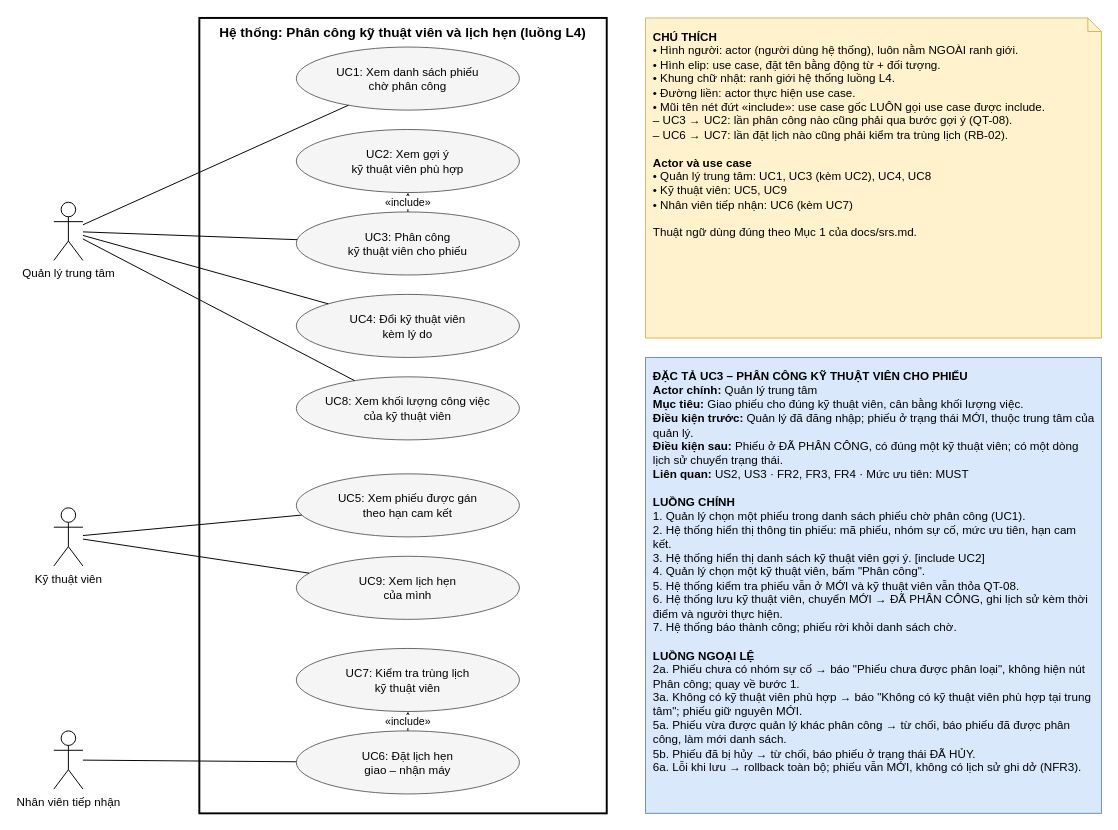
Above: docs/usecase.drawio in WangTWang/cdtn1-tranquocvuong-l4 (draw.io), before the change. Source tidied: cells renumbered, new cells numbered last; positions are measured from the earlier drawing's top-left corner, leaving out a move shared by most shapes. Both pictures are drawn from the tidied source at 97%, with x=0, y=0 at pixel (53, 17).
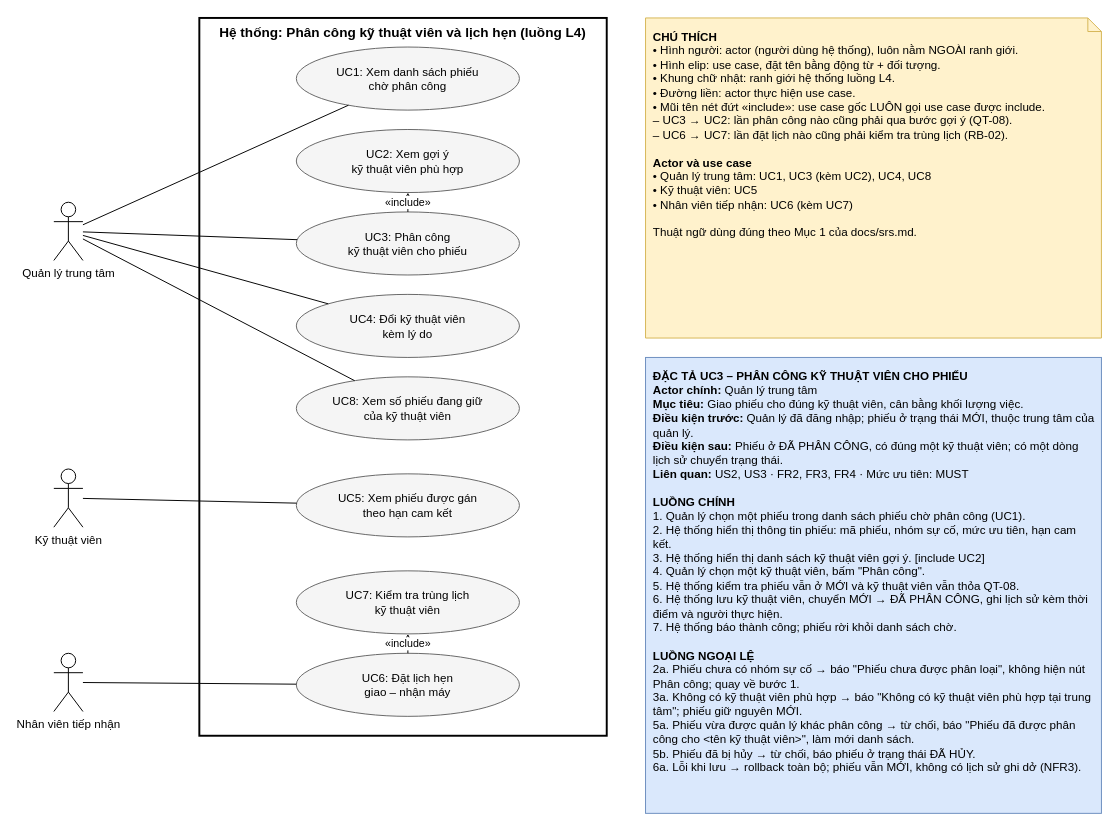
After the change.

Change to the diagram source:
```diff
@@
     <mxCell id="2" value="Hệ thống: Phân công kỹ thuật viên và lịch hẹn (luồng L4)" style="rounded=0;whiteSpace=wrap;html=1;verticalAlign=top;fontStyle=1;fontSize=14;fillColor=none;strokeWidth=2;" parent="1" vertex="1">
-      <mxGeometry x="150" width="420" height="820" as="geometry" />
+      <mxGeometry x="150" width="420" height="740" as="geometry" />
     </mxCell>
@@
-    <mxCell id="7" value="UC8: Xem khối lượng công việc&lt;br&gt;của kỹ thuật viên" style="ellipse;whiteSpace=wrap;html=1;fillColor=#f5f5f5;strokeColor=#666666;fontSize=12;" parent="1" vertex="1">
+    <mxCell id="7" value="UC8: Xem số phiếu đang giữ&lt;br&gt;của kỹ thuật viên" style="ellipse;whiteSpace=wrap;html=1;fillColor=#f5f5f5;strokeColor=#666666;fontSize=12;" parent="1" vertex="1">
       <mxGeometry x="250" y="370" width="230" height="65" as="geometry" />
     </mxCell>
@@
-    <mxCell id="9" value="UC9: Xem lịch hẹn&lt;br&gt;của mình" style="ellipse;whiteSpace=wrap;html=1;fillColor=#f5f5f5;strokeColor=#666666;fontSize=12;" parent="1" vertex="1">
-      <mxGeometry x="250" y="555" width="230" height="65" as="geometry" />
-    </mxCell>
     <mxCell id="10" value="UC7: Kiểm tra trùng lịch&lt;br&gt;kỹ thuật viên" style="ellipse;whiteSpace=wrap;html=1;fillColor=#f5f5f5;strokeColor=#666666;fontSize=12;" parent="1" vertex="1">
-      <mxGeometry x="250" y="650" width="230" height="65" as="geometry" />
+      <mxGeometry x="250" y="570" width="230" height="65" as="geometry" />
     </mxCell>
     <mxCell id="11" value="UC6: Đặt lịch hẹn&lt;br&gt;giao – nhận máy" style="ellipse;whiteSpace=wrap;html=1;fillColor=#f5f5f5;strokeColor=#666666;fontSize=12;" parent="1" vertex="1">
-      <mxGeometry x="250" y="735" width="230" height="65" as="geometry" />
+      <mxGeometry x="250" y="655" width="230" height="65" as="geometry" />
     </mxCell>
@@
     <mxCell id="13" value="Kỹ thuật viên" style="shape=umlActor;verticalLabelPosition=bottom;verticalAlign=top;html=1;outlineConnect=0;fontSize=12;" parent="1" vertex="1">
-      <mxGeometry y="505" width="30" height="60" as="geometry" />
+      <mxGeometry y="465" width="30" height="60" as="geometry" />
     </mxCell>
     <mxCell id="14" value="Nhân viên tiếp nhận" style="shape=umlActor;verticalLabelPosition=bottom;verticalAlign=top;html=1;outlineConnect=0;fontSize=12;" parent="1" vertex="1">
-      <mxGeometry y="735" width="30" height="60" as="geometry" />
+      <mxGeometry y="655" width="30" height="60" as="geometry" />
     </mxCell>
@@
-    <mxCell id="20" style="endArrow=none;html=1;rounded=0;" parent="1" edge="1" source="13" target="9">
-      <mxGeometry relative="1" as="geometry" />
-    </mxCell>
@@
-    <mxCell id="24" value="&lt;b&gt;CHÚ THÍCH&lt;/b&gt;&lt;br&gt;• Hình người: actor (người dùng hệ thống), luôn nằm NGOÀI ranh giới.&lt;br&gt;• Hình elip: use case, đặt tên bằng động từ + đối tượng.&lt;br&gt;• Khung chữ nhật: ranh giới hệ thống luồng L4.&lt;br&gt;• Đường liền: actor thực hiện use case.&lt;br&gt;• Mũi tên nét đứt «include»: use case gốc LUÔN gọi use case được include.&lt;br&gt;   – UC3 → UC2: lần phân công nào cũng phải qua bước gợi ý (QT-08).&lt;br&gt;   – UC6 → UC7: lần đặt lịch nào cũng phải kiểm tra trùng lịch (RB-02).&lt;br&gt;&lt;br&gt;&lt;b&gt;Actor và use case&lt;/b&gt;&lt;br&gt;• Quản lý trung tâm: UC1, UC3 (kèm UC2), UC4, UC8&lt;br&gt;• Kỹ thuật viên: UC5, UC9&lt;br&gt;• Nhân viên tiếp nhận: UC6 (kèm UC7)&lt;br&gt;&lt;br&gt;Thuật ngữ dùng đúng theo Mục 1 của docs/srs.md." style="shape=note;whiteSpace=wrap;html=1;backgroundOutline=1;size=14;align=left;verticalAlign=top;spacing=8;fontSize=12;fillColor=#fff2cc;strokeColor=#d6b656;" parent="1" vertex="1">
+    <mxCell id="24" value="&lt;b&gt;CHÚ THÍCH&lt;/b&gt;&lt;br&gt;• Hình người: actor (người dùng hệ thống), luôn nằm NGOÀI ranh giới.&lt;br&gt;• Hình elip: use case, đặt tên bằng động từ + đối tượng.&lt;br&gt;• Khung chữ nhật: ranh giới hệ thống luồng L4.&lt;br&gt;• Đường liền: actor thực hiện use case.&lt;br&gt;• Mũi tên nét đứt «include»: use case gốc LUÔN gọi use case được include.&lt;br&gt;   – UC3 → UC2: lần phân công nào cũng phải qua bước gợi ý (QT-08).&lt;br&gt;   – UC6 → UC7: lần đặt lịch nào cũng phải kiểm tra trùng lịch (RB-02).&lt;br&gt;&lt;br&gt;&lt;b&gt;Actor và use case&lt;/b&gt;&lt;br&gt;• Quản lý trung tâm: UC1, UC3 (kèm UC2), UC4, UC8&lt;br&gt;• Kỹ thuật viên: UC5&lt;br&gt;• Nhân viên tiếp nhận: UC6 (kèm UC7)&lt;br&gt;&lt;br&gt;Thuật ngữ dùng đúng theo Mục 1 của docs/srs.md." style="shape=note;whiteSpace=wrap;html=1;backgroundOutline=1;size=14;align=left;verticalAlign=top;spacing=8;fontSize=12;fillColor=#fff2cc;strokeColor=#d6b656;" parent="1" vertex="1">
       <mxGeometry x="610" width="470" height="330" as="geometry" />
     </mxCell>
-    <mxCell id="25" value="&lt;b&gt;ĐẶC TẢ UC3 – PHÂN CÔNG KỸ THUẬT VIÊN CHO PHIẾU&lt;/b&gt;&lt;br&gt;&lt;b&gt;Actor chính:&lt;/b&gt; Quản lý trung tâm&lt;br&gt;&lt;b&gt;Mục tiêu:&lt;/b&gt; Giao phiếu cho đúng kỹ thuật viên, cân bằng khối lượng việc.&lt;br&gt;&lt;b&gt;Điều kiện trước:&lt;/b&gt; Quản lý đã đăng nhập; phiếu ở trạng thái MỚI, thuộc trung tâm của quản lý.&lt;br&gt;&lt;b&gt;Điều kiện sau:&lt;/b&gt; Phiếu ở ĐÃ PHÂN CÔNG, có đúng một kỹ thuật viên; có một dòng lịch sử chuyển trạng thái.&lt;br&gt;&lt;b&gt;Liên quan:&lt;/b&gt; US2, US3 · FR2, FR3, FR4 · Mức ưu tiên: MUST&lt;br&gt;&lt;br&gt;&lt;b&gt;LUỒNG CHÍNH&lt;/b&gt;&lt;br&gt;1. Quản lý chọn một phiếu trong danh sách phiếu chờ phân công (UC1).&lt;br&gt;2. Hệ thống hiển thị thông tin phiếu: mã phiếu, nhóm sự cố, mức ưu tiên, hạn cam kết.&lt;br&gt;3. Hệ thống hiển thị danh sách kỹ thuật viên gợi ý. [include UC2]&lt;br&gt;4. Quản lý chọn một kỹ thuật viên, bấm &quot;Phân công&quot;.&lt;br&gt;5. Hệ thống kiểm tra phiếu vẫn ở MỚI và kỹ thuật viên vẫn thỏa QT-08.&lt;br&gt;6. Hệ thống lưu kỹ thuật viên, chuyển MỚI → ĐÃ PHÂN CÔNG, ghi lịch sử kèm thời điểm và người thực hiện.&lt;br&gt;7. Hệ thống báo thành công; phiếu rời khỏi danh sách chờ.&lt;br&gt;&lt;br&gt;&lt;b&gt;LUỒNG NGOẠI LỆ&lt;/b&gt;&lt;br&gt;2a. Phiếu chưa có nhóm sự cố → báo &quot;Phiếu chưa được phân loại&quot;, không hiện nút Phân công; quay về bước 1.&lt;br&gt;3a. Không có kỹ thuật viên phù hợp → báo &quot;Không có kỹ thuật viên phù hợp tại trung tâm&quot;; phiếu giữ nguyên MỚI.&lt;br&gt;5a. Phiếu vừa được quản lý khác phân công → từ chối, báo phiếu đã được phân công, làm mới danh sách.&lt;br&gt;5b. Phiếu đã bị hủy → từ chối, báo phiếu ở trạng thái ĐÃ HỦY.&lt;br&gt;6a. Lỗi khi lưu → rollback toàn bộ; phiếu vẫn MỚI, không có lịch sử ghi dở (NFR3)." style="rounded=0;whiteSpace=wrap;html=1;align=left;verticalAlign=top;spacing=8;fontSize=12;fillColor=#dae8fc;strokeColor=#6c8ebf;" parent="1" vertex="1">
+    <mxCell id="25" value="&lt;b&gt;ĐẶC TẢ UC3 – PHÂN CÔNG KỸ THUẬT VIÊN CHO PHIẾU&lt;/b&gt;&lt;br&gt;&lt;b&gt;Actor chính:&lt;/b&gt; Quản lý trung tâm&lt;br&gt;&lt;b&gt;Mục tiêu:&lt;/b&gt; Giao phiếu cho đúng kỹ thuật viên, cân bằng khối lượng việc.&lt;br&gt;&lt;b&gt;Điều kiện trước:&lt;/b&gt; Quản lý đã đăng nhập; phiếu ở trạng thái MỚI, thuộc trung tâm của quản lý.&lt;br&gt;&lt;b&gt;Điều kiện sau:&lt;/b&gt; Phiếu ở ĐÃ PHÂN CÔNG, có đúng một kỹ thuật viên; có một dòng lịch sử chuyển trạng thái.&lt;br&gt;&lt;b&gt;Liên quan:&lt;/b&gt; US2, US3 · FR2, FR3, FR4 · Mức ưu tiên: MUST&lt;br&gt;&lt;br&gt;&lt;b&gt;LUỒNG CHÍNH&lt;/b&gt;&lt;br&gt;1. Quản lý chọn một phiếu trong danh sách phiếu chờ phân công (UC1).&lt;br&gt;2. Hệ thống hiển thị thông tin phiếu: mã phiếu, nhóm sự cố, mức ưu tiên, hạn cam kết.&lt;br&gt;3. Hệ thống hiển thị danh sách kỹ thuật viên gợi ý. [include UC2]&lt;br&gt;4. Quản lý chọn một kỹ thuật viên, bấm &quot;Phân công&quot;.&lt;br&gt;5. Hệ thống kiểm tra phiếu vẫn ở MỚI và kỹ thuật viên vẫn thỏa QT-08.&lt;br&gt;6. Hệ thống lưu kỹ thuật viên, chuyển MỚI → ĐÃ PHÂN CÔNG, ghi lịch sử kèm thời điểm và người thực hiện.&lt;br&gt;7. Hệ thống báo thành công; phiếu rời khỏi danh sách chờ.&lt;br&gt;&lt;br&gt;&lt;b&gt;LUỒNG NGOẠI LỆ&lt;/b&gt;&lt;br&gt;2a. Phiếu chưa có nhóm sự cố → báo &quot;Phiếu chưa được phân loại&quot;, không hiện nút Phân công; quay về bước 1.&lt;br&gt;3a. Không có kỹ thuật viên phù hợp → báo &quot;Không có kỹ thuật viên phù hợp tại trung tâm&quot;; phiếu giữ nguyên MỚI.&lt;br&gt;5a. Phiếu vừa được quản lý khác phân công → từ chối, báo &amp;quot;Phiếu đã được phân công cho &amp;lt;tên kỹ thuật viên&amp;gt;&amp;quot;, làm mới danh sách.&lt;br&gt;5b. Phiếu đã bị hủy → từ chối, báo phiếu ở trạng thái ĐÃ HỦY.&lt;br&gt;6a. Lỗi khi lưu → rollback toàn bộ; phiếu vẫn MỚI, không có lịch sử ghi dở (NFR3)." style="rounded=0;whiteSpace=wrap;html=1;align=left;verticalAlign=top;spacing=8;fontSize=12;fillColor=#dae8fc;strokeColor=#6c8ebf;" parent="1" vertex="1">
       <mxGeometry x="610" y="350" width="470" height="470" as="geometry" />
     </mxCell>
```
